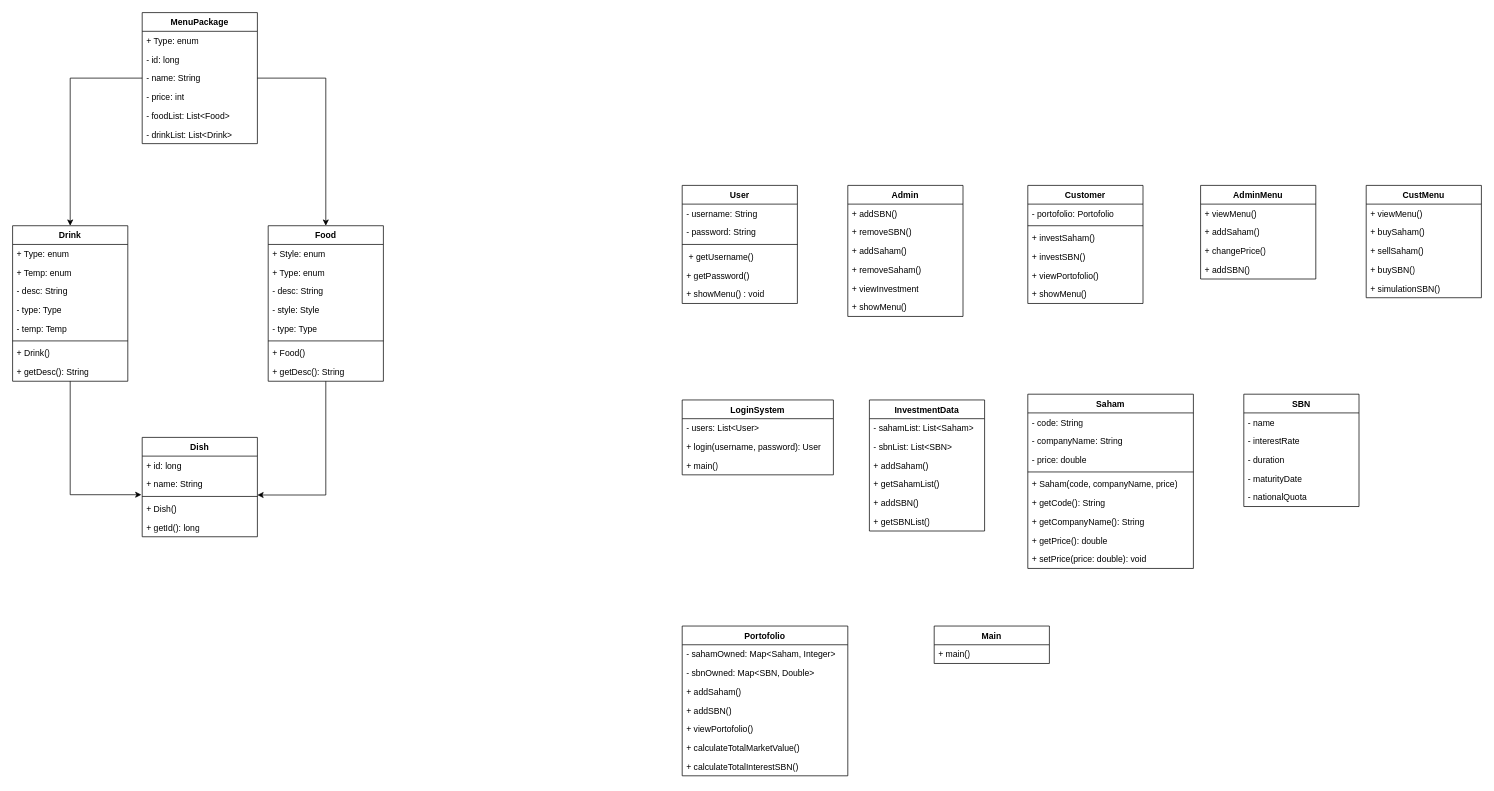
Before: page "ERD" (1 of 2) of PBO_UMLInvestasiSaham.drawio in elikawicaksana/BuildIT_BasisData, a draw.io diagram. Source tidied: cells renumbered, new cells numbered last; positions are measured from the earlier drawing's top-left corner, leaving out a move shared by most shapes. Both pictures are drawn from the tidied source at 72%, with x=0, y=0 at pixel (12, 12).
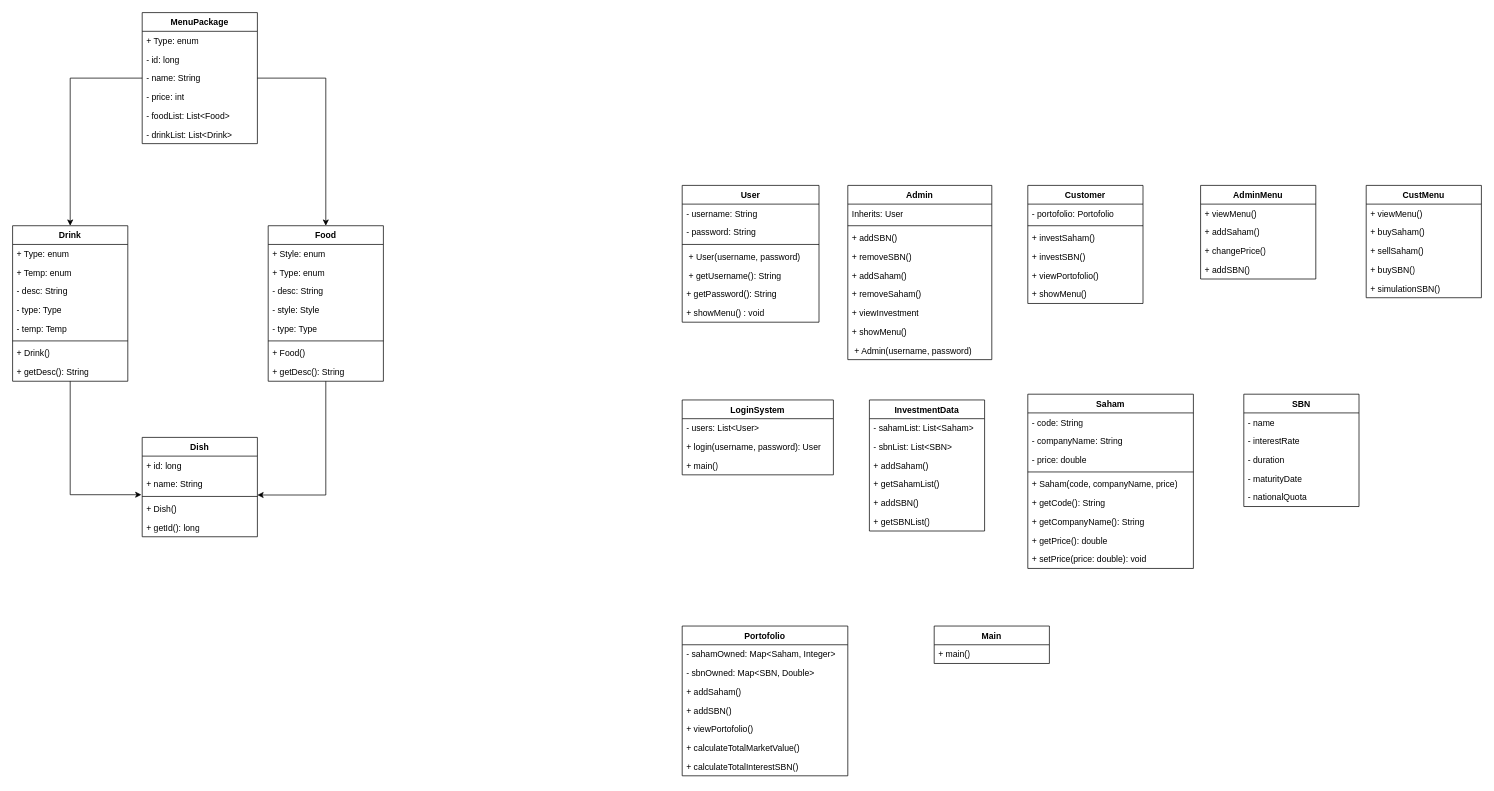
Above is the later version.

The edit, as a diff of the source:
```diff
@@
     <mxCell id="37" value="User" style="swimlane;fontStyle=1;align=center;verticalAlign=top;horizontal=1;startSize=26;whiteSpace=wrap;html=1;" parent="1" vertex="1">
-      <mxGeometry x="930" y="240" width="160" height="164" as="geometry" />
+      <mxGeometry x="930" y="240" width="190" height="190" as="geometry" />
     </mxCell>
     <mxCell id="38" value="- username: String" style="text;strokeColor=none;fillColor=none;align=left;verticalAlign=top;spacingLeft=4;spacingRight=4;overflow=hidden;whiteSpace=wrap;html=1;" parent="37" vertex="1">
-      <mxGeometry y="26" width="160" height="26" as="geometry" />
+      <mxGeometry y="26" width="190" height="26" as="geometry" />
     </mxCell>
     <mxCell id="39" value="- password: String" style="text;strokeColor=none;fillColor=none;align=left;verticalAlign=top;spacingLeft=4;spacingRight=4;overflow=hidden;whiteSpace=wrap;html=1;" parent="37" vertex="1">
-      <mxGeometry y="52" width="160" height="26" as="geometry" />
+      <mxGeometry y="52" width="190" height="26" as="geometry" />
     </mxCell>
     <mxCell id="40" style="line;strokeWidth=1;fillColor=none;align=left;verticalAlign=middle;spacingTop=-1;spacingLeft=3;spacingRight=3;labelPosition=right;strokeColor=inherit;" parent="37" vertex="1">
-      <mxGeometry y="78" width="160" height="8" as="geometry" />
+      <mxGeometry y="78" width="190" height="8" as="geometry" />
     </mxCell>
-    <mxCell id="41" value="&lt;div&gt;&amp;nbsp;+ getUsername()&lt;/div&gt;" style="text;strokeColor=none;fillColor=none;align=left;verticalAlign=top;spacingLeft=4;spacingRight=4;overflow=hidden;whiteSpace=wrap;html=1;" parent="37" vertex="1">
-      <mxGeometry y="86" width="160" height="26" as="geometry" />
+    <mxCell id="41" value="&lt;div&gt;&amp;nbsp;+&amp;nbsp;User(username, password)&lt;/div&gt;" style="text;strokeColor=none;fillColor=none;align=left;verticalAlign=top;spacingLeft=4;spacingRight=4;overflow=hidden;whiteSpace=wrap;html=1;" parent="37" vertex="1">
+      <mxGeometry y="86" width="190" height="26" as="geometry" />
     </mxCell>
-    <mxCell id="42" value="&lt;div&gt;&lt;span style=&quot;background-color: transparent; color: light-dark(rgb(0, 0, 0), rgb(255, 255, 255));&quot;&gt;+ getPassword()&lt;/span&gt;&lt;/div&gt;" style="text;strokeColor=none;fillColor=none;align=left;verticalAlign=top;spacingLeft=4;spacingRight=4;overflow=hidden;whiteSpace=wrap;html=1;" parent="37" vertex="1">
-      <mxGeometry y="112" width="160" height="26" as="geometry" />
+    <mxCell id="42" value="&amp;nbsp;+ getUsername(): String" style="text;strokeColor=none;fillColor=none;align=left;verticalAlign=top;spacingLeft=4;spacingRight=4;overflow=hidden;whiteSpace=wrap;html=1;" parent="37" vertex="1">
+      <mxGeometry y="112" width="190" height="26" as="geometry" />
     </mxCell>
-    <mxCell id="43" value="&lt;div&gt;&lt;span style=&quot;background-color: transparent; color: light-dark(rgb(0, 0, 0), rgb(255, 255, 255));&quot;&gt;+ showMenu() : void&lt;/span&gt;&lt;/div&gt;" style="text;strokeColor=none;fillColor=none;align=left;verticalAlign=top;spacingLeft=4;spacingRight=4;overflow=hidden;whiteSpace=wrap;html=1;" parent="37" vertex="1">
-      <mxGeometry y="138" width="160" height="26" as="geometry" />
+    <mxCell id="43" value="+ getPassword(): String" style="text;strokeColor=none;fillColor=none;align=left;verticalAlign=top;spacingLeft=4;spacingRight=4;overflow=hidden;whiteSpace=wrap;html=1;" parent="37" vertex="1">
+      <mxGeometry y="138" width="190" height="26" as="geometry" />
     </mxCell>
+    <mxCell id="106" value="&lt;div&gt;&lt;span style=&quot;background-color: transparent; color: light-dark(rgb(0, 0, 0), rgb(255, 255, 255));&quot;&gt;+ showMenu() : void&lt;/span&gt;&lt;/div&gt;" style="text;strokeColor=none;fillColor=none;align=left;verticalAlign=top;spacingLeft=4;spacingRight=4;overflow=hidden;whiteSpace=wrap;html=1;" parent="37" vertex="1">
+      <mxGeometry y="164" width="190" height="26" as="geometry" />
+    </mxCell>
     <mxCell id="44" value="Admin" style="swimlane;fontStyle=1;align=center;verticalAlign=top;horizontal=1;startSize=26;whiteSpace=wrap;html=1;" parent="1" vertex="1">
-      <mxGeometry x="1160" y="240" width="160" height="182" as="geometry" />
+      <mxGeometry x="1160" y="240" width="200" height="242" as="geometry" />
     </mxCell>
+    <mxCell id="107" value="Inherits: User" style="text;strokeColor=none;fillColor=none;align=left;verticalAlign=top;spacingLeft=4;spacingRight=4;overflow=hidden;whiteSpace=wrap;html=1;" parent="44" vertex="1">
+      <mxGeometry y="26" width="200" height="26" as="geometry" />
+    </mxCell>
+    <mxCell id="108" style="line;strokeWidth=1;fillColor=none;align=left;verticalAlign=middle;spacingTop=-1;spacingLeft=3;spacingRight=3;labelPosition=right;strokeColor=inherit;" parent="44" vertex="1">
+      <mxGeometry y="52" width="200" height="8" as="geometry" />
+    </mxCell>
     <mxCell id="45" value="+ addSBN()" style="text;strokeColor=none;fillColor=none;align=left;verticalAlign=top;spacingLeft=4;spacingRight=4;overflow=hidden;whiteSpace=wrap;html=1;" parent="44" vertex="1">
-      <mxGeometry y="26" width="160" height="26" as="geometry" />
+      <mxGeometry y="60" width="200" height="26" as="geometry" />
     </mxCell>
     <mxCell id="46" value="+ removeSBN()" style="text;strokeColor=none;fillColor=none;align=left;verticalAlign=top;spacingLeft=4;spacingRight=4;overflow=hidden;whiteSpace=wrap;html=1;" parent="44" vertex="1">
-      <mxGeometry y="52" width="160" height="26" as="geometry" />
+      <mxGeometry y="86" width="200" height="26" as="geometry" />
     </mxCell>
     <mxCell id="47" value="+ addSaham()" style="text;strokeColor=none;fillColor=none;align=left;verticalAlign=top;spacingLeft=4;spacingRight=4;overflow=hidden;whiteSpace=wrap;html=1;" parent="44" vertex="1">
-      <mxGeometry y="78" width="160" height="26" as="geometry" />
+      <mxGeometry y="112" width="200" height="26" as="geometry" />
     </mxCell>
     <mxCell id="48" value="+ removeSaham()&amp;nbsp;" style="text;strokeColor=none;fillColor=none;align=left;verticalAlign=top;spacingLeft=4;spacingRight=4;overflow=hidden;whiteSpace=wrap;html=1;" parent="44" vertex="1">
-      <mxGeometry y="104" width="160" height="26" as="geometry" />
+      <mxGeometry y="138" width="200" height="26" as="geometry" />
     </mxCell>
     <mxCell id="49" value="+ viewInvestment" style="text;strokeColor=none;fillColor=none;align=left;verticalAlign=top;spacingLeft=4;spacingRight=4;overflow=hidden;whiteSpace=wrap;html=1;" parent="44" vertex="1">
-      <mxGeometry y="130" width="160" height="26" as="geometry" />
+      <mxGeometry y="164" width="200" height="26" as="geometry" />
     </mxCell>
     <mxCell id="50" value="+ showMenu()" style="text;strokeColor=none;fillColor=none;align=left;verticalAlign=top;spacingLeft=4;spacingRight=4;overflow=hidden;whiteSpace=wrap;html=1;" parent="44" vertex="1">
-      <mxGeometry y="156" width="160" height="26" as="geometry" />
+      <mxGeometry y="190" width="200" height="26" as="geometry" />
     </mxCell>
+    <mxCell id="109" value="&amp;nbsp;+ Admin(username, password)&amp;nbsp;" style="text;strokeColor=none;fillColor=none;align=left;verticalAlign=top;spacingLeft=4;spacingRight=4;overflow=hidden;whiteSpace=wrap;html=1;" parent="44" vertex="1">
+      <mxGeometry y="216" width="200" height="26" as="geometry" />
+    </mxCell>
```
